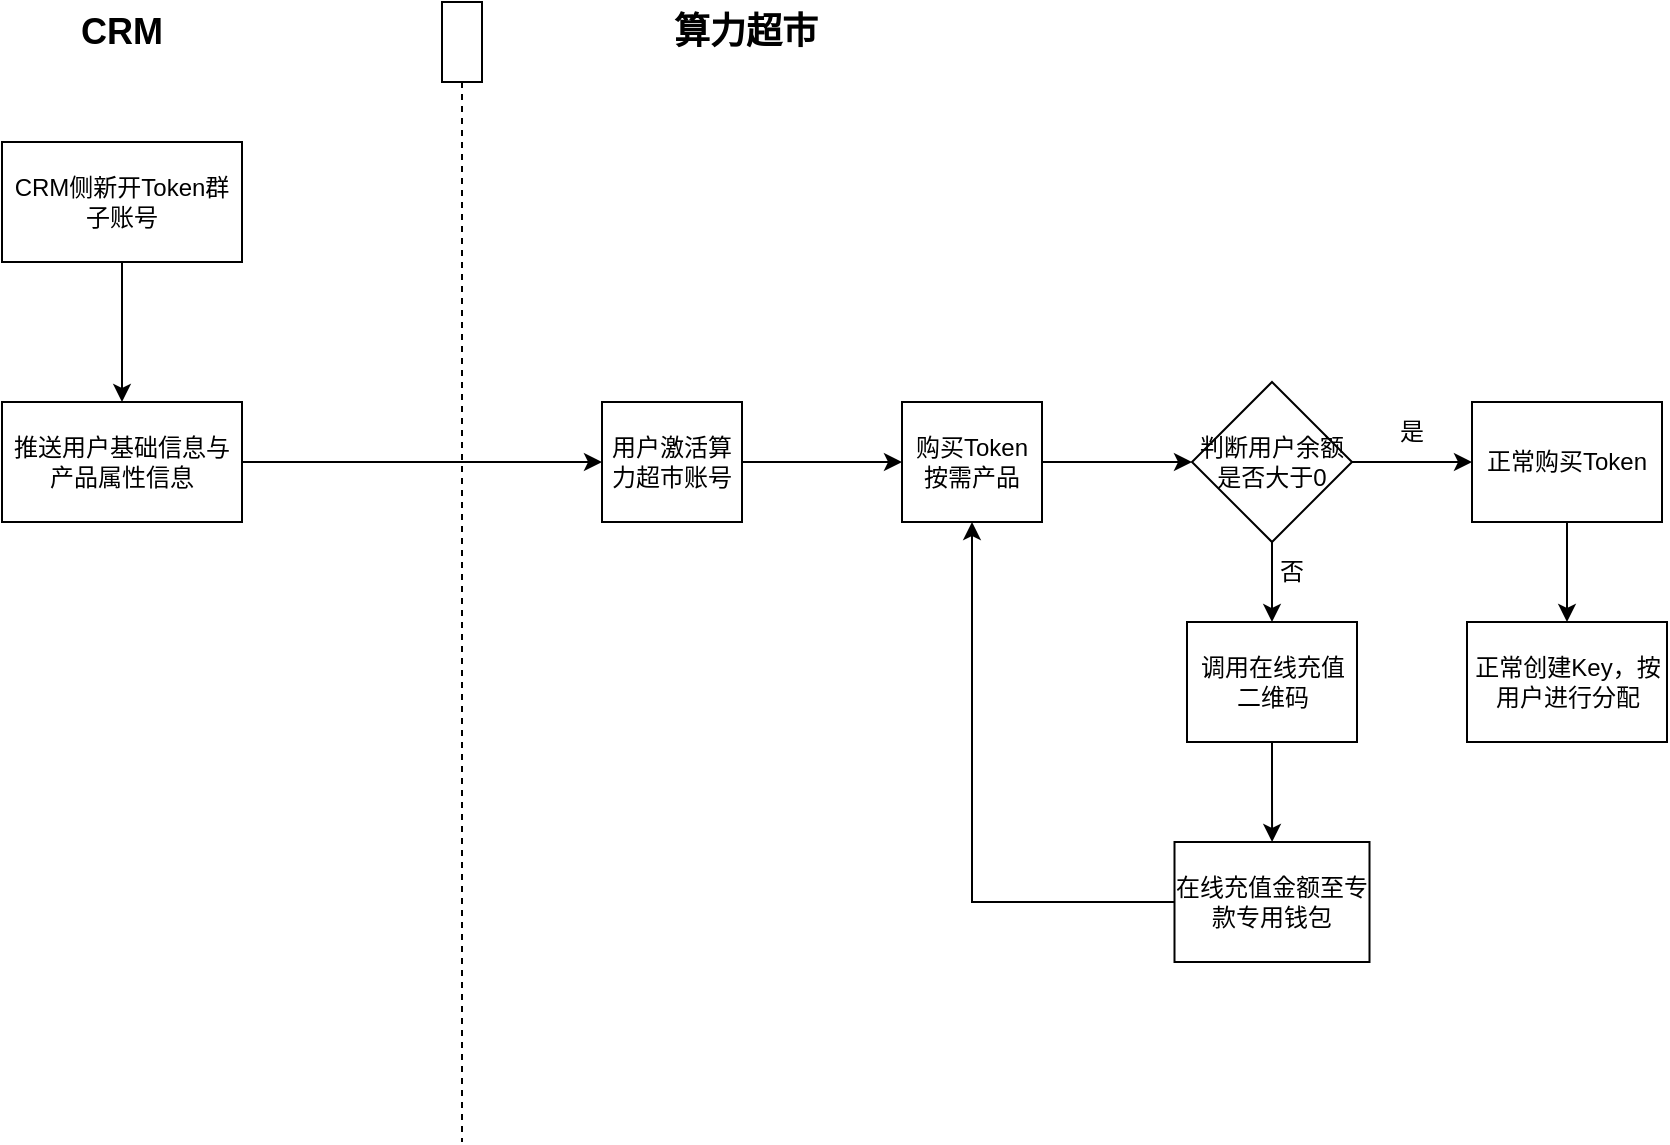
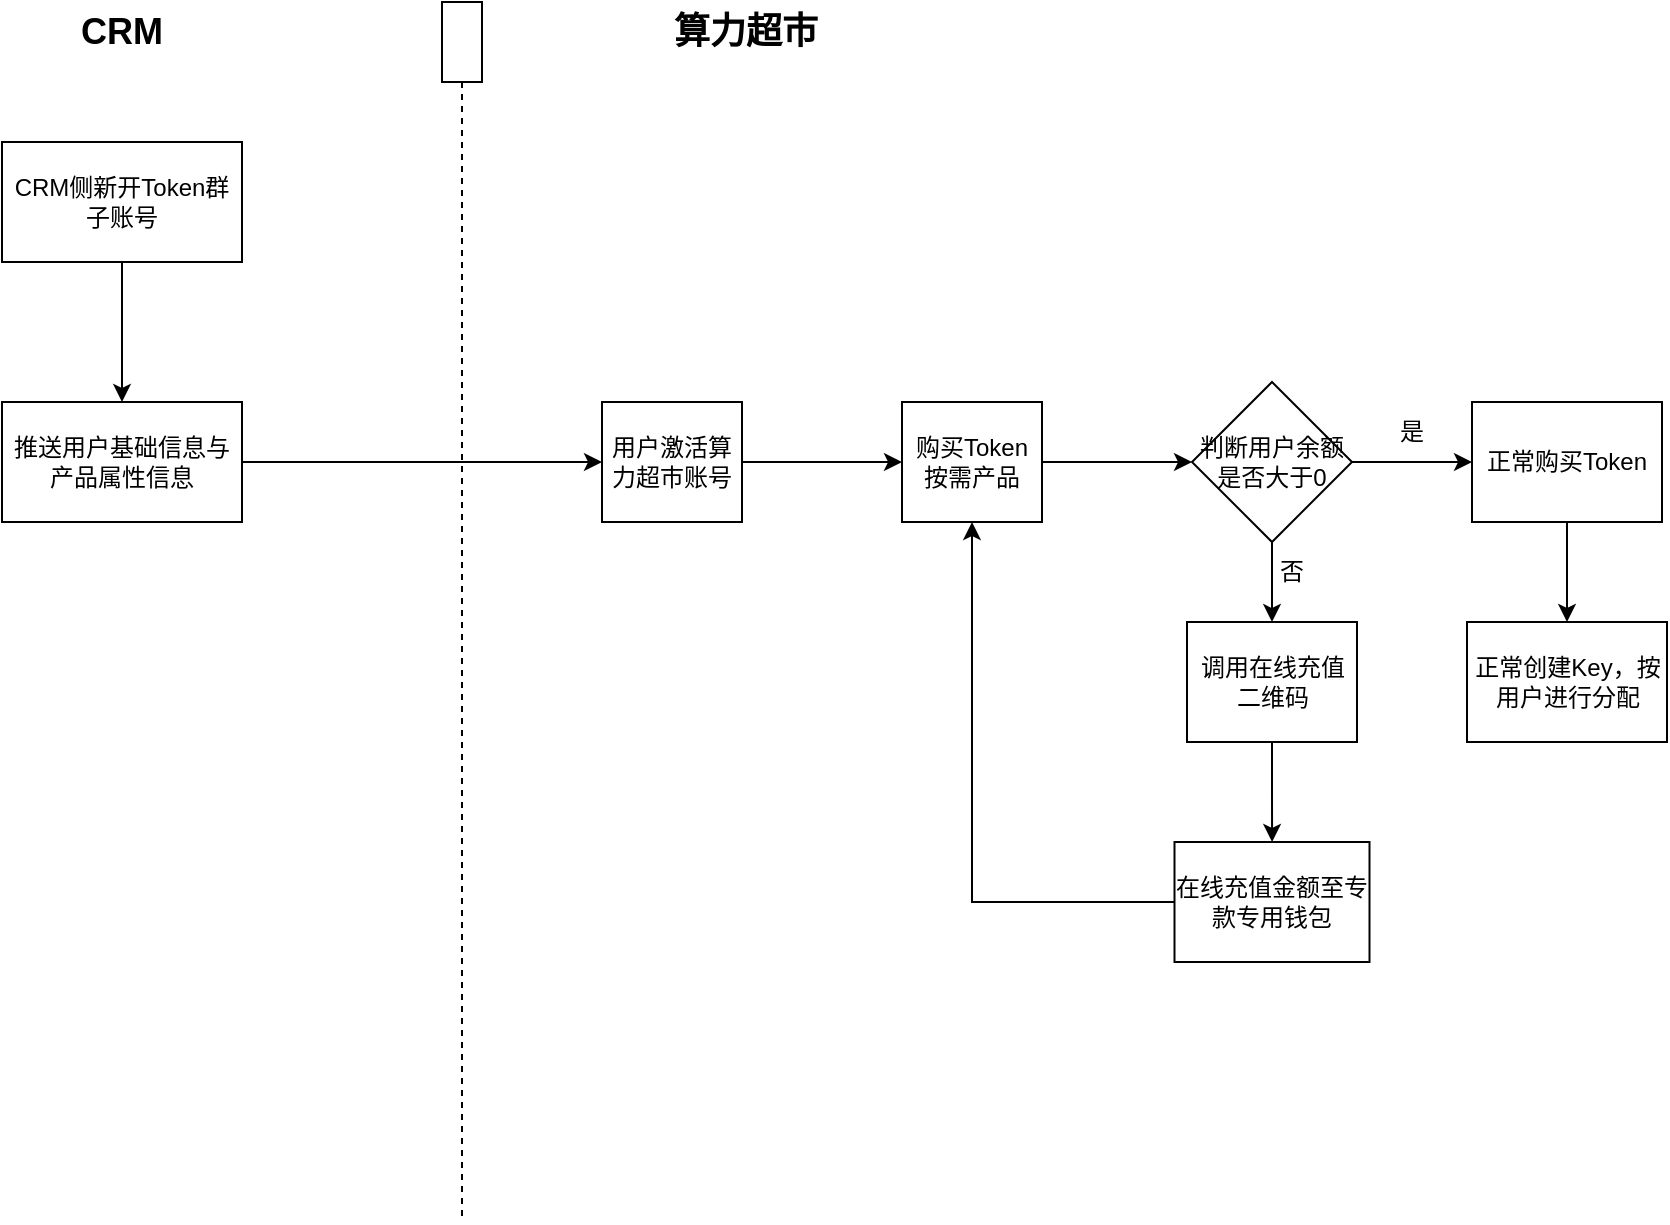
<mxfile host="app.diagrams.net">
  <diagram name="订购流程" id="AQjDujfQTNReucyWCHzX">
    <mxGraphModel dx="1022" dy="598" grid="1" gridSize="10" guides="1" tooltips="1" connect="1" arrows="1" fold="1" page="1" pageScale="1" pageWidth="827" pageHeight="1169" math="0" shadow="0">
      <root>
        <mxCell id="0" />
        <mxCell id="1" parent="0" />
        <mxCell id="CEaLPyawCCBcNyB-U0SB-2" edge="1" parent="1" source="UjK-lL8y8fFmidLC2YN5-1" style="edgeStyle=orthogonalEdgeStyle;rounded=0;orthogonalLoop=1;jettySize=auto;html=1;" target="CEaLPyawCCBcNyB-U0SB-1" value="">
          <mxGeometry relative="1" as="geometry" />
        </mxCell>
        <mxCell id="UjK-lL8y8fFmidLC2YN5-1" parent="1" style="rounded=0;whiteSpace=wrap;html=1;" value="CRM侧新开Token群子账号" vertex="1">
          <mxGeometry height="60" width="120" x="50" y="130" as="geometry" />
        </mxCell>
        <mxCell id="UjK-lL8y8fFmidLC2YN5-3" parent="1" style="shape=umlLifeline;perimeter=lifelinePerimeter;whiteSpace=wrap;html=1;container=1;dropTarget=0;collapsible=0;recursiveResize=0;outlineConnect=0;portConstraint=eastwest;newEdgeStyle={&quot;curved&quot;:0,&quot;rounded&quot;:0};" value="" vertex="1">
-           <mxGeometry height="570" width="20" x="270" y="60" as="geometry" />
+           <mxGeometry height="610" width="20" x="270" y="60" as="geometry" />
        </mxCell>
        <mxCell id="UjK-lL8y8fFmidLC2YN5-4" parent="1" style="text;html=1;whiteSpace=wrap;strokeColor=none;fillColor=none;align=center;verticalAlign=middle;rounded=0;" value="&lt;b&gt;&lt;font style=&quot;font-size: 18px;&quot;&gt;CRM&lt;/font&gt;&lt;/b&gt;" vertex="1">
          <mxGeometry height="30" width="60" x="80" y="60" as="geometry" />
        </mxCell>
        <mxCell id="UjK-lL8y8fFmidLC2YN5-5" parent="1" style="text;html=1;whiteSpace=wrap;strokeColor=none;fillColor=none;align=center;verticalAlign=middle;rounded=0;" value="&lt;b&gt;&lt;font style=&quot;font-size: 18px;&quot;&gt;算力超市&lt;/font&gt;&lt;/b&gt;" vertex="1">
          <mxGeometry height="30" width="76" x="384" y="60" as="geometry" />
        </mxCell>
        <mxCell id="CEaLPyawCCBcNyB-U0SB-4" edge="1" parent="1" source="CEaLPyawCCBcNyB-U0SB-1" style="edgeStyle=orthogonalEdgeStyle;rounded=0;orthogonalLoop=1;jettySize=auto;html=1;" target="CEaLPyawCCBcNyB-U0SB-3" value="">
          <mxGeometry relative="1" as="geometry" />
        </mxCell>
        <mxCell id="CEaLPyawCCBcNyB-U0SB-1" parent="1" style="whiteSpace=wrap;html=1;rounded=0;" value="推送用户基础信息与产品属性信息" vertex="1">
          <mxGeometry height="60" width="120" x="50" y="260" as="geometry" />
        </mxCell>
        <mxCell id="CEaLPyawCCBcNyB-U0SB-6" edge="1" parent="1" source="CEaLPyawCCBcNyB-U0SB-3" style="edgeStyle=orthogonalEdgeStyle;rounded=0;orthogonalLoop=1;jettySize=auto;html=1;" target="CEaLPyawCCBcNyB-U0SB-5" value="">
          <mxGeometry relative="1" as="geometry" />
        </mxCell>
        <mxCell id="CEaLPyawCCBcNyB-U0SB-3" parent="1" style="whiteSpace=wrap;html=1;rounded=0;" value="用户激活算力超市账号" vertex="1">
          <mxGeometry height="60" width="70" x="350" y="260" as="geometry" />
        </mxCell>
        <mxCell id="CEaLPyawCCBcNyB-U0SB-10" edge="1" parent="1" source="CEaLPyawCCBcNyB-U0SB-5" style="edgeStyle=orthogonalEdgeStyle;rounded=0;orthogonalLoop=1;jettySize=auto;html=1;" target="CEaLPyawCCBcNyB-U0SB-9" value="">
          <mxGeometry relative="1" as="geometry" />
        </mxCell>
        <mxCell id="CEaLPyawCCBcNyB-U0SB-5" parent="1" style="whiteSpace=wrap;html=1;rounded=0;" value="购买Token按需产品" vertex="1">
          <mxGeometry height="60" width="70" x="500" y="260" as="geometry" />
        </mxCell>
        <mxCell id="CEaLPyawCCBcNyB-U0SB-12" edge="1" parent="1" source="CEaLPyawCCBcNyB-U0SB-9" style="edgeStyle=orthogonalEdgeStyle;rounded=0;orthogonalLoop=1;jettySize=auto;html=1;" target="CEaLPyawCCBcNyB-U0SB-11" value="">
          <mxGeometry relative="1" as="geometry" />
        </mxCell>
        <mxCell id="CEaLPyawCCBcNyB-U0SB-20" edge="1" parent="1" source="CEaLPyawCCBcNyB-U0SB-9" style="edgeStyle=orthogonalEdgeStyle;rounded=0;orthogonalLoop=1;jettySize=auto;html=1;exitX=0.5;exitY=1;exitDx=0;exitDy=0;entryX=0.5;entryY=0;entryDx=0;entryDy=0;" target="CEaLPyawCCBcNyB-U0SB-18">
          <mxGeometry relative="1" as="geometry" />
        </mxCell>
        <mxCell id="CEaLPyawCCBcNyB-U0SB-9" parent="1" style="rhombus;whiteSpace=wrap;html=1;rounded=0;" value="判断用户余额是否大于0" vertex="1">
          <mxGeometry height="80" width="80" x="645" y="250" as="geometry" />
        </mxCell>
        <mxCell id="CEaLPyawCCBcNyB-U0SB-15" edge="1" parent="1" source="CEaLPyawCCBcNyB-U0SB-11" style="edgeStyle=orthogonalEdgeStyle;rounded=0;orthogonalLoop=1;jettySize=auto;html=1;" target="CEaLPyawCCBcNyB-U0SB-14" value="">
          <mxGeometry relative="1" as="geometry" />
        </mxCell>
        <mxCell id="CEaLPyawCCBcNyB-U0SB-11" parent="1" style="whiteSpace=wrap;html=1;rounded=0;" value="正常购买Token" vertex="1">
          <mxGeometry height="60" width="95" x="785" y="260" as="geometry" />
        </mxCell>
        <mxCell id="CEaLPyawCCBcNyB-U0SB-13" parent="1" style="text;html=1;whiteSpace=wrap;strokeColor=none;fillColor=none;align=center;verticalAlign=middle;rounded=0;" value="是" vertex="1">
          <mxGeometry height="30" width="60" x="725" y="260" as="geometry" />
        </mxCell>
        <mxCell id="CEaLPyawCCBcNyB-U0SB-14" parent="1" style="whiteSpace=wrap;html=1;rounded=0;" value="正常创建Key，按用户进行分配" vertex="1">
          <mxGeometry height="60" width="100" x="782.5" y="370" as="geometry" />
        </mxCell>
        <mxCell id="CEaLPyawCCBcNyB-U0SB-23" edge="1" parent="1" source="CEaLPyawCCBcNyB-U0SB-18" style="edgeStyle=orthogonalEdgeStyle;rounded=0;orthogonalLoop=1;jettySize=auto;html=1;" target="CEaLPyawCCBcNyB-U0SB-22" value="">
          <mxGeometry relative="1" as="geometry" />
        </mxCell>
        <mxCell id="CEaLPyawCCBcNyB-U0SB-18" parent="1" style="whiteSpace=wrap;html=1;rounded=0;" value="调用在线充值二维码" vertex="1">
          <mxGeometry height="60" width="85" x="642.5" y="370" as="geometry" />
        </mxCell>
        <mxCell id="CEaLPyawCCBcNyB-U0SB-21" parent="1" style="text;html=1;whiteSpace=wrap;strokeColor=none;fillColor=none;align=center;verticalAlign=middle;rounded=0;" value="否" vertex="1">
          <mxGeometry height="30" width="60" x="665" y="330" as="geometry" />
        </mxCell>
        <mxCell id="CEaLPyawCCBcNyB-U0SB-24" edge="1" parent="1" source="CEaLPyawCCBcNyB-U0SB-22" style="edgeStyle=orthogonalEdgeStyle;rounded=0;orthogonalLoop=1;jettySize=auto;html=1;entryX=0.5;entryY=1;entryDx=0;entryDy=0;" target="CEaLPyawCCBcNyB-U0SB-5">
          <mxGeometry relative="1" as="geometry" />
        </mxCell>
        <mxCell id="CEaLPyawCCBcNyB-U0SB-22" parent="1" style="whiteSpace=wrap;html=1;rounded=0;" value="在线充值金额至专款专用钱包" vertex="1">
          <mxGeometry height="60" width="97.5" x="636.25" y="480" as="geometry" />
        </mxCell>
      </root>
    </mxGraphModel>
  </diagram>
</mxfile>
